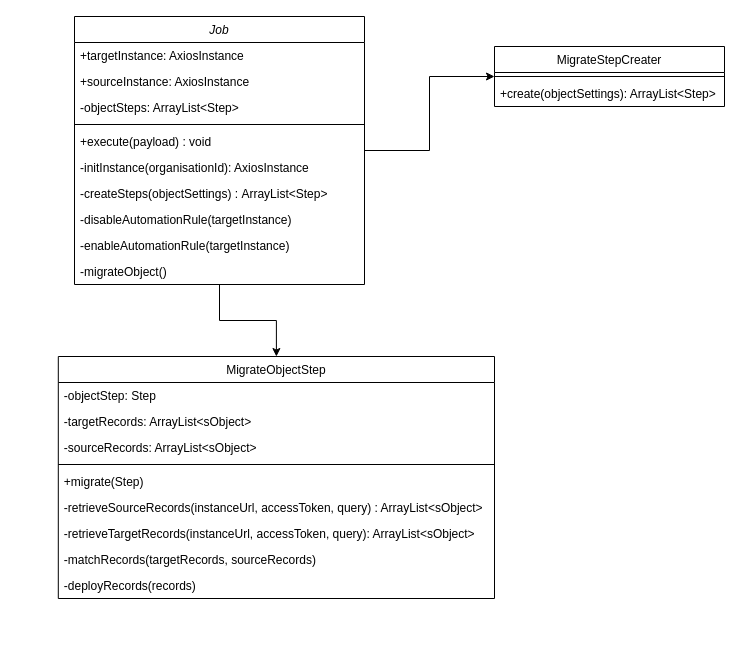
dtrrk/umldiagrams keeps this draw.io diagram as class-diagramm.drawio. Above is the earlier version. Source tidied: cells renumbered, new cells numbered last; positions are measured from the earlier drawing's top-left corner, leaving out a move shared by most shapes. Both pictures are drawn from the tidied source at 100%, with x=0, y=0 at pixel (58, 16).
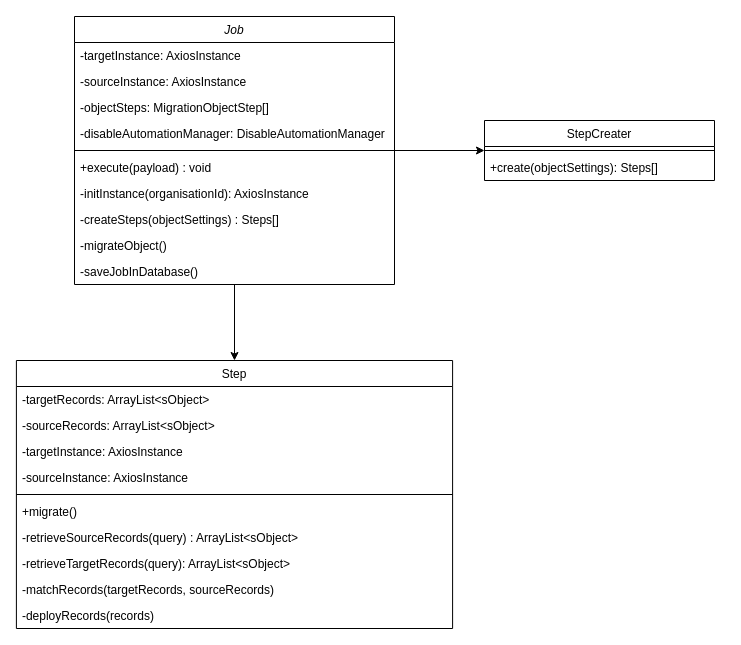
Above is the later version.

Change to the diagram source:
```diff
@@
     <mxCell id="4" value="Job" style="swimlane;fontStyle=2;align=center;verticalAlign=top;horizontal=1;startSize=26;rounded=0;shadow=0;strokeWidth=1;" parent="1" vertex="1">
-      <mxGeometry x="16" width="290" height="268" as="geometry" />
+      <mxGeometry x="16" width="320" height="268" as="geometry" />
     </mxCell>
-    <mxCell id="5" value="+targetInstance: AxiosInstance" style="text;align=left;verticalAlign=top;spacingLeft=4;spacingRight=4;overflow=hidden;" parent="4" vertex="1">
-      <mxGeometry y="26" width="290" height="26" as="geometry" />
+    <mxCell id="5" value="-targetInstance: AxiosInstance" style="text;align=left;verticalAlign=top;spacingLeft=4;spacingRight=4;overflow=hidden;" parent="4" vertex="1">
+      <mxGeometry y="26" width="320" height="26" as="geometry" />
     </mxCell>
-    <mxCell id="6" value="+sourceInstance: AxiosInstance" style="text;align=left;verticalAlign=top;spacingLeft=4;spacingRight=4;overflow=hidden;" parent="4" vertex="1">
-      <mxGeometry y="52" width="290" height="26" as="geometry" />
+    <mxCell id="6" value="-sourceInstance: AxiosInstance" style="text;align=left;verticalAlign=top;spacingLeft=4;spacingRight=4;overflow=hidden;" parent="4" vertex="1">
+      <mxGeometry y="52" width="320" height="26" as="geometry" />
     </mxCell>
-    <mxCell id="7" value="-objectSteps: ArrayList&lt;Step&gt;&#10;" style="text;align=left;verticalAlign=top;spacingLeft=4;spacingRight=4;overflow=hidden;" parent="4" vertex="1">
-      <mxGeometry y="78" width="290" height="26" as="geometry" />
+    <mxCell id="7" value="-objectSteps: MigrationObjectStep[]&#10;" style="text;align=left;verticalAlign=top;spacingLeft=4;spacingRight=4;overflow=hidden;" parent="4" vertex="1">
+      <mxGeometry y="78" width="320" height="26" as="geometry" />
     </mxCell>
+    <mxCell id="28" value="-disableAutomationManager: DisableAutomationManager&#10;" style="text;align=left;verticalAlign=top;spacingLeft=4;spacingRight=4;overflow=hidden;" parent="4" vertex="1">
+      <mxGeometry y="104" width="320" height="26" as="geometry" />
+    </mxCell>
     <mxCell id="8" style="line;html=1;strokeWidth=1;align=left;verticalAlign=middle;spacingTop=-1;spacingLeft=3;spacingRight=3;labelPosition=right;" parent="4" vertex="1">
-      <mxGeometry y="104" width="290" height="8" as="geometry" />
+      <mxGeometry y="130" width="320" height="8" as="geometry" />
     </mxCell>
     <mxCell id="9" value="+execute(payload) : void" style="text;align=left;verticalAlign=top;spacingLeft=4;spacingRight=4;overflow=hidden;" parent="4" vertex="1">
-      <mxGeometry y="112" width="290" height="26" as="geometry" />
+      <mxGeometry y="138" width="320" height="26" as="geometry" />
     </mxCell>
     <mxCell id="10" value="-initInstance(organisationId): AxiosInstance" style="text;align=left;verticalAlign=top;spacingLeft=4;spacingRight=4;overflow=hidden;" parent="4" vertex="1">
-      <mxGeometry y="138" width="290" height="26" as="geometry" />
+      <mxGeometry y="164" width="320" height="26" as="geometry" />
     </mxCell>
-    <mxCell id="11" value="-createSteps(objectSettings) : ArrayList&lt;Step&gt;" style="text;align=left;verticalAlign=top;spacingLeft=4;spacingRight=4;overflow=hidden;" parent="4" vertex="1">
-      <mxGeometry y="164" width="290" height="26" as="geometry" />
+    <mxCell id="11" value="-createSteps(objectSettings) : Steps[]" style="text;align=left;verticalAlign=top;spacingLeft=4;spacingRight=4;overflow=hidden;" parent="4" vertex="1">
+      <mxGeometry y="190" width="320" height="26" as="geometry" />
     </mxCell>
-    <mxCell id="12" value="-disableAutomationRule(targetInstance)" style="text;align=left;verticalAlign=top;spacingLeft=4;spacingRight=4;overflow=hidden;" parent="4" vertex="1">
-      <mxGeometry y="190" width="290" height="26" as="geometry" />
-    </mxCell>
-    <mxCell id="13" value="-enableAutomationRule(targetInstance)" style="text;align=left;verticalAlign=top;spacingLeft=4;spacingRight=4;overflow=hidden;" parent="4" vertex="1">
-      <mxGeometry y="216" width="290" height="26" as="geometry" />
-    </mxCell>
     <mxCell id="14" value="-migrateObject()" style="text;align=left;verticalAlign=top;spacingLeft=4;spacingRight=4;overflow=hidden;" parent="4" vertex="1">
-      <mxGeometry y="242" width="290" height="26" as="geometry" />
+      <mxGeometry y="216" width="320" height="26" as="geometry" />
     </mxCell>
+    <mxCell id="29" value="-saveJobInDatabase()" style="text;align=left;verticalAlign=top;spacingLeft=4;spacingRight=4;overflow=hidden;" parent="4" vertex="1">
+      <mxGeometry y="242" width="320" height="26" as="geometry" />
+    </mxCell>
-    <mxCell id="15" value="MigrateStepCreater" style="swimlane;fontStyle=0;align=center;verticalAlign=top;horizontal=1;startSize=26;rounded=0;shadow=0;strokeWidth=1;" parent="1" vertex="1">
-      <mxGeometry x="436" y="30" width="230" height="60" as="geometry" />
+    <mxCell id="15" value="StepCreater" style="swimlane;fontStyle=0;align=center;verticalAlign=top;horizontal=1;startSize=26;rounded=0;shadow=0;strokeWidth=1;" parent="1" vertex="1">
+      <mxGeometry x="426" y="104" width="230" height="60" as="geometry" />
     </mxCell>
@@
-    <mxCell id="17" value="+create(objectSettings): ArrayList&lt;Step&gt;" style="text;align=left;verticalAlign=top;spacingLeft=4;spacingRight=4;overflow=hidden;" parent="15" vertex="1">
+    <mxCell id="17" value="+create(objectSettings): Steps[]" style="text;align=left;verticalAlign=top;spacingLeft=4;spacingRight=4;overflow=hidden;" parent="15" vertex="1">
       <mxGeometry y="34" width="230" height="26" as="geometry" />
     </mxCell>
-    <mxCell id="18" value="MigrateObjectStep" style="swimlane;fontStyle=0;align=center;verticalAlign=top;horizontal=1;startSize=26;rounded=0;shadow=0;strokeWidth=1;" parent="1" vertex="1">
-      <mxGeometry x="-0.2" y="340" width="436.2" height="242" as="geometry" />
+    <mxCell id="18" value="Step" style="swimlane;fontStyle=0;align=center;verticalAlign=top;horizontal=1;startSize=26;rounded=0;shadow=0;strokeWidth=1;" parent="1" vertex="1">
+      <mxGeometry x="-42.1" y="344" width="436.2" height="268" as="geometry" />
     </mxCell>
-    <mxCell id="19" value="-objectStep: Step" style="text;align=left;verticalAlign=top;spacingLeft=4;spacingRight=4;overflow=hidden;" parent="18" vertex="1">
-      <mxGeometry y="26" width="436.2" height="26" as="geometry" />
-    </mxCell>
     <mxCell id="20" value="-targetRecords: ArrayList&lt;sObject&gt;" style="text;align=left;verticalAlign=top;spacingLeft=4;spacingRight=4;overflow=hidden;" parent="18" vertex="1">
-      <mxGeometry y="52" width="436.2" height="26" as="geometry" />
+      <mxGeometry y="26" width="436.2" height="26" as="geometry" />
     </mxCell>
     <mxCell id="21" value="-sourceRecords: ArrayList&lt;sObject&gt;" style="text;align=left;verticalAlign=top;spacingLeft=4;spacingRight=4;overflow=hidden;" parent="18" vertex="1">
-      <mxGeometry y="78" width="436.2" height="26" as="geometry" />
+      <mxGeometry y="52" width="436.2" height="26" as="geometry" />
     </mxCell>
+    <mxCell id="30" value="-targetInstance: AxiosInstance" style="text;align=left;verticalAlign=top;spacingLeft=4;spacingRight=4;overflow=hidden;" parent="18" vertex="1">
+      <mxGeometry y="78" width="436.2" height="26" as="geometry" />
+    </mxCell>
+    <mxCell id="31" value="-sourceInstance: AxiosInstance" style="text;align=left;verticalAlign=top;spacingLeft=4;spacingRight=4;overflow=hidden;" parent="18" vertex="1">
+      <mxGeometry y="104" width="436.2" height="26" as="geometry" />
+    </mxCell>
     <mxCell id="22" style="line;html=1;strokeWidth=1;align=left;verticalAlign=middle;spacingTop=-1;spacingLeft=3;spacingRight=3;labelPosition=right;" parent="18" vertex="1">
-      <mxGeometry y="104" width="436.2" height="8" as="geometry" />
+      <mxGeometry y="130" width="436.2" height="8" as="geometry" />
     </mxCell>
-    <mxCell id="23" value="+migrate(Step)" style="text;align=left;verticalAlign=top;spacingLeft=4;spacingRight=4;overflow=hidden;" parent="18" vertex="1">
-      <mxGeometry y="112" width="436.2" height="26" as="geometry" />
+    <mxCell id="23" value="+migrate()" style="text;align=left;verticalAlign=top;spacingLeft=4;spacingRight=4;overflow=hidden;" parent="18" vertex="1">
+      <mxGeometry y="138" width="436.2" height="26" as="geometry" />
     </mxCell>
-    <mxCell id="24" value="-retrieveSourceRecords(instanceUrl, accessToken, query) : ArrayList&lt;sObject&gt;" style="text;align=left;verticalAlign=top;spacingLeft=4;spacingRight=4;overflow=hidden;" parent="18" vertex="1">
-      <mxGeometry y="138" width="436.2" height="26" as="geometry" />
+    <mxCell id="24" value="-retrieveSourceRecords(query) : ArrayList&lt;sObject&gt;" style="text;align=left;verticalAlign=top;spacingLeft=4;spacingRight=4;overflow=hidden;" parent="18" vertex="1">
+      <mxGeometry y="164" width="436.2" height="26" as="geometry" />
     </mxCell>
-    <mxCell id="25" value="-retrieveTargetRecords(instanceUrl, accessToken, query): ArrayList&lt;sObject&gt;" style="text;align=left;verticalAlign=top;spacingLeft=4;spacingRight=4;overflow=hidden;" parent="18" vertex="1">
-      <mxGeometry y="164" width="436.2" height="26" as="geometry" />
+    <mxCell id="25" value="-retrieveTargetRecords(query): ArrayList&lt;sObject&gt;" style="text;align=left;verticalAlign=top;spacingLeft=4;spacingRight=4;overflow=hidden;" parent="18" vertex="1">
+      <mxGeometry y="190" width="436.2" height="26" as="geometry" />
     </mxCell>
     <mxCell id="26" value="-matchRecords(targetRecords, sourceRecords)" style="text;align=left;verticalAlign=top;spacingLeft=4;spacingRight=4;overflow=hidden;" parent="18" vertex="1">
-      <mxGeometry y="190" width="436.2" height="26" as="geometry" />
+      <mxGeometry y="216" width="436.2" height="26" as="geometry" />
     </mxCell>
     <mxCell id="27" value="-deployRecords(records)" style="text;align=left;verticalAlign=top;spacingLeft=4;spacingRight=4;overflow=hidden;" parent="18" vertex="1">
-      <mxGeometry y="216" width="436.2" height="26" as="geometry" />
+      <mxGeometry y="242" width="436.2" height="26" as="geometry" />
     </mxCell>
```
